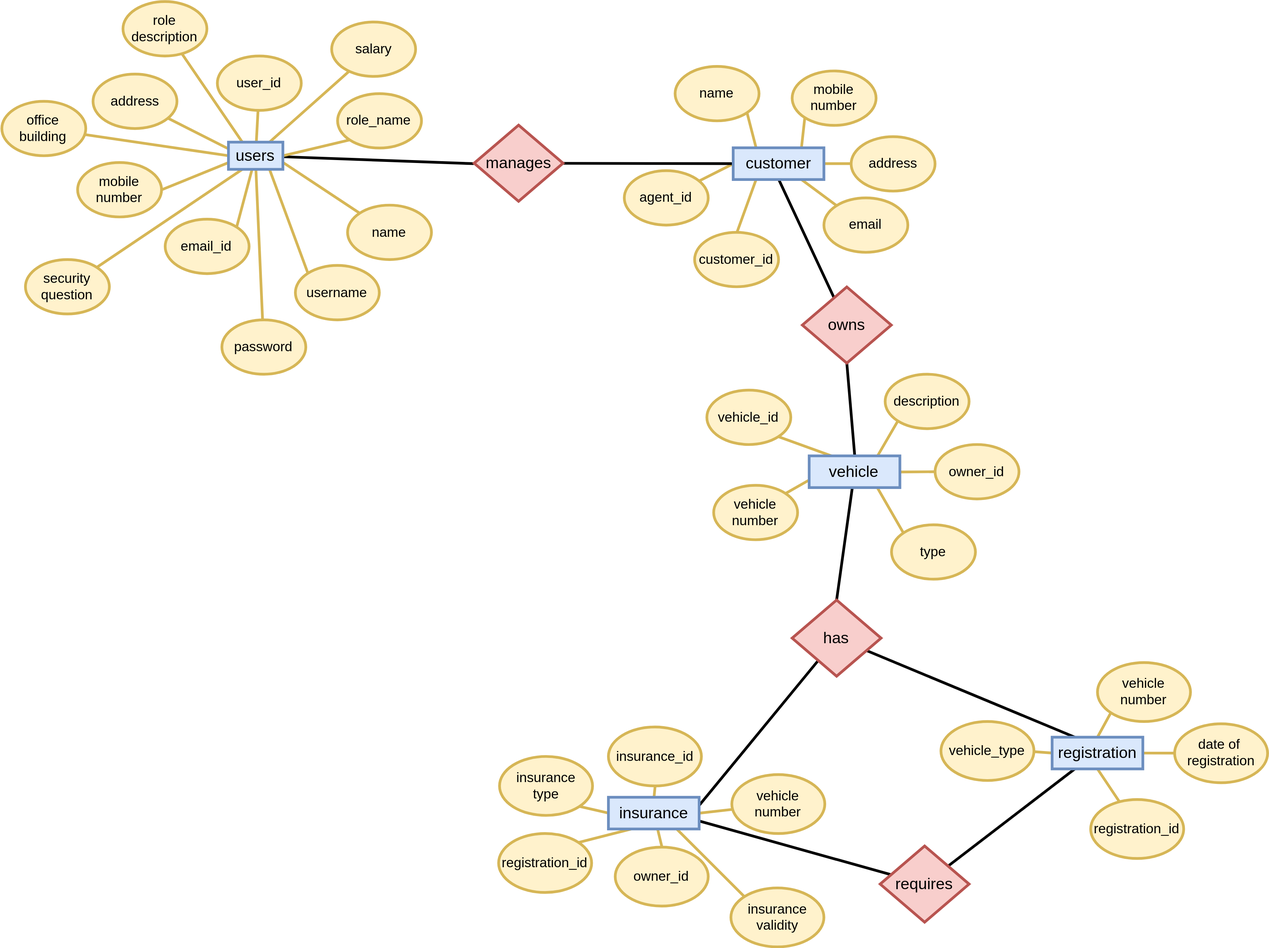
Above: Draw-Files/Redundant-Entity-Relationship.svg in Gituser143/DBMS-Project (draw.io), before the change. Source tidied: cells renumbered, new cells last; positions are measured from the earlier drawing's top-left corner, leaving out a move shared by most shapes.
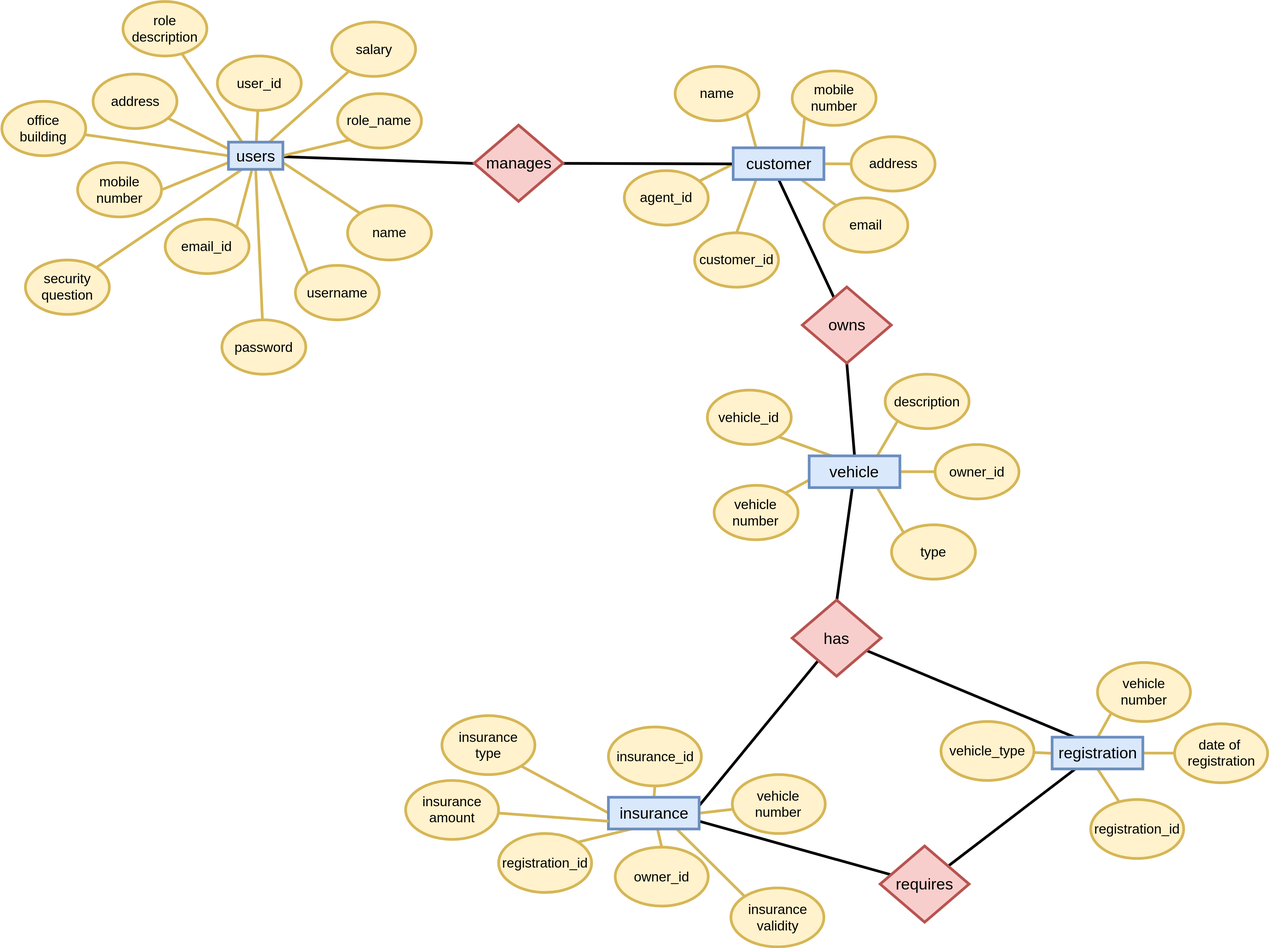
Above is the later version.

Commit message:
Added insurance amount

What changed in the source:
```diff
@@ -186,7 +186,7 @@
       <mxGeometry relative="1" as="geometry" />
     </mxCell>
     <mxCell id="63" value="&lt;font style=&quot;font-size: 30px&quot;&gt;insurance&lt;br&gt;type&lt;br&gt;&lt;/font&gt;" style="ellipse;whiteSpace=wrap;html=1;fillColor=#fff2cc;strokeColor=#d6b656;strokeWidth=6;" parent="1" vertex="1">
-      <mxGeometry x="1097.5" y="1665" width="205" height="130" as="geometry" />
+      <mxGeometry x="970" y="1575" width="205" height="130" as="geometry" />
     </mxCell>
     <mxCell id="64" style="edgeStyle=none;rounded=0;html=1;exitX=0;exitY=0;entryX=0.75;entryY=1;endArrow=none;endFill=0;jettySize=auto;fillColor=#fff2cc;strokeColor=#d6b656;strokeWidth=6;" parent="1" edge="1" source="65" target="84">
       <mxGeometry relative="1" as="geometry" />
@@ -254,5 +254,11 @@
     <mxCell id="85" value="&lt;font style=&quot;font-size: 35px&quot;&gt;requires&lt;/font&gt;" style="rhombus;whiteSpace=wrap;html=1;strokeWidth=6;fillColor=#f8cecc;strokeColor=#b85450;" parent="1" vertex="1">
       <mxGeometry x="1936.5" y="1862.5" width="196" height="168" as="geometry" />
     </mxCell>
+    <mxCell id="86" style="rounded=0;html=1;entryX=0;entryY=0.75;jettySize=auto;endArrow=none;endFill=0;fillColor=#fff2cc;strokeColor=#d6b656;strokeWidth=6;" parent="1" edge="1" source="87" target="84">
+      <mxGeometry relative="1" as="geometry" />
+    </mxCell>
+    <mxCell id="87" value="&lt;font style=&quot;font-size: 30px&quot;&gt;insurance&lt;br&gt;amount&lt;br&gt;&lt;/font&gt;" style="ellipse;whiteSpace=wrap;html=1;fillColor=#fff2cc;strokeColor=#d6b656;strokeWidth=6;" parent="1" vertex="1">
+      <mxGeometry x="890" y="1717.5" width="205" height="130" as="geometry" />
+    </mxCell>
   </root>
 </mxGraphModel>
```
